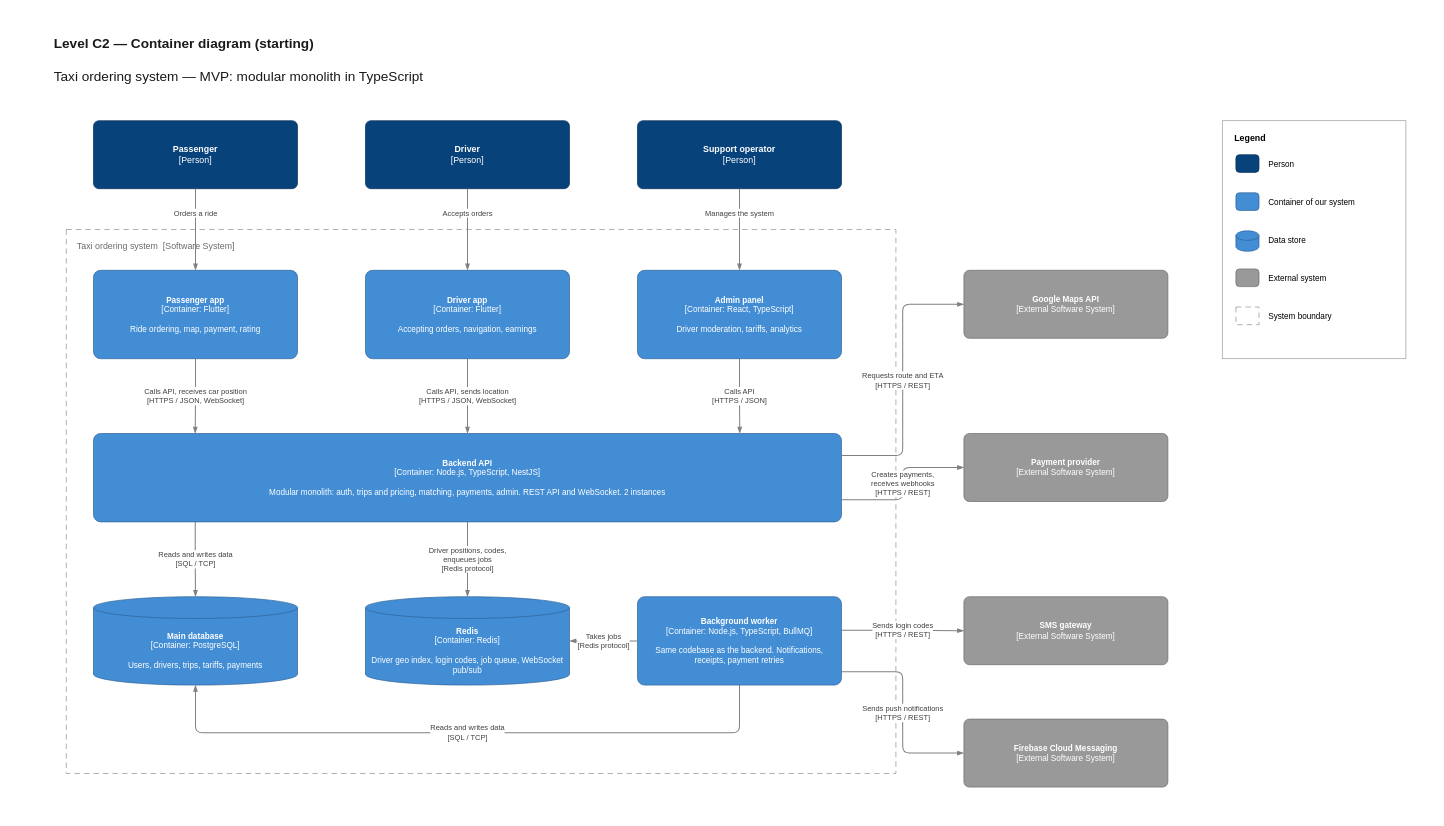
Before: page "C2 — Containers" (2 of 4) of docs/architecture/starting/diagrams/taxi-c4-model-starting.drawio in mineo71/taxi-app, a draw.io diagram. Source tidied: cells renumbered, new cells numbered last; positions are measured from the earlier drawing's top-left corner, leaving out a move shared by most shapes. Both pictures are drawn from the tidied source at 68%, with x=0, y=0 at pixel (12, 12).
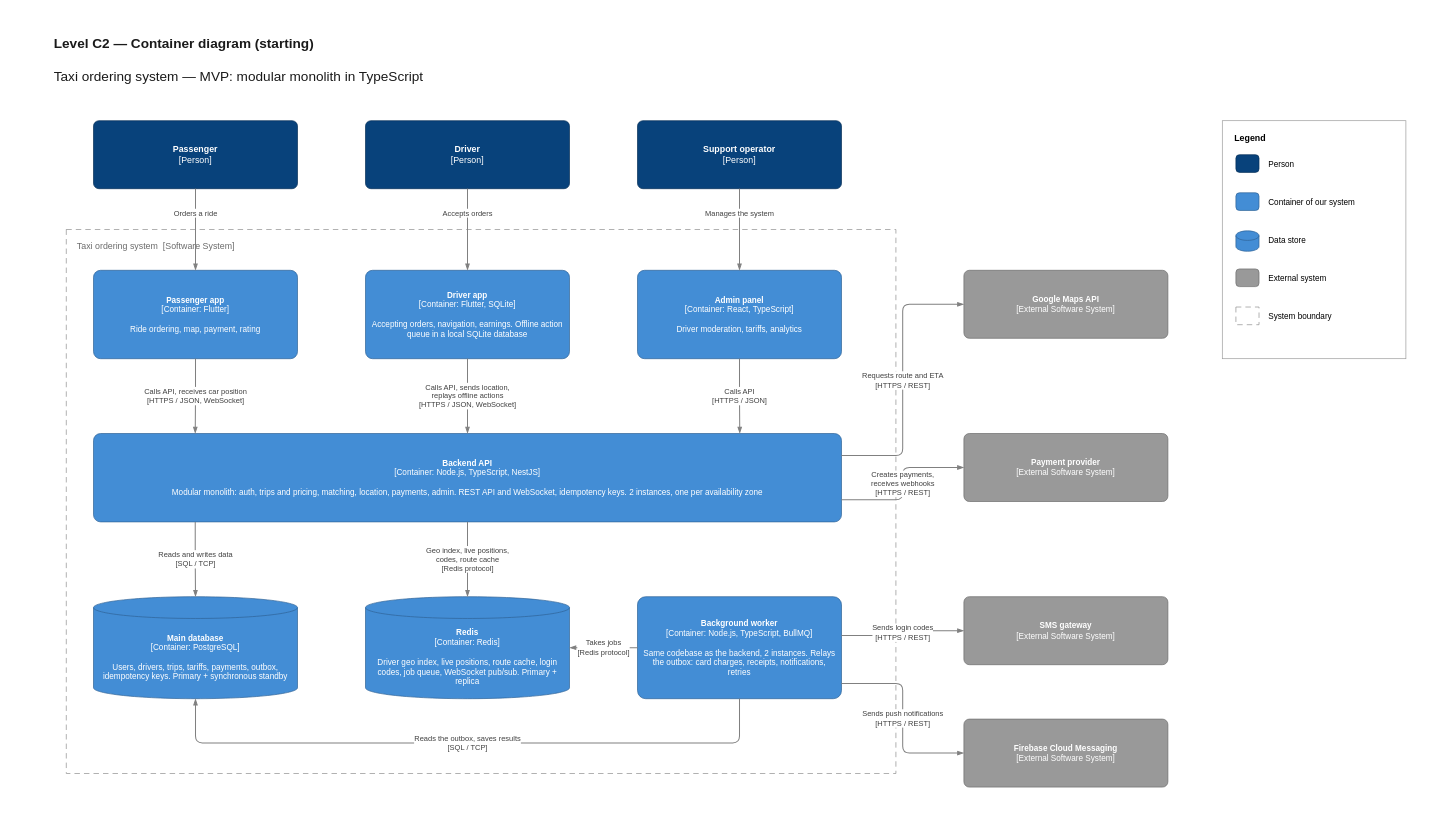
The same page after the edit.

The edit, as a diff of the source:
```diff
@@
-    <mxCell id="9" value="&lt;b&gt;Driver app&lt;/b&gt;&lt;br&gt;[Container: Flutter]&lt;br&gt;&lt;br&gt;Accepting orders, navigation, earnings" style="rounded=1;arcSize=8;whiteSpace=wrap;html=1;fillColor=#438DD5;strokeColor=#2E6295;fontColor=#FFFFFF;fontSize=12;spacing=8;" parent="1" vertex="1">
+    <mxCell id="9" value="&lt;b&gt;Driver app&lt;/b&gt;&lt;br&gt;[Container: Flutter, SQLite]&lt;br&gt;&lt;br&gt;Accepting orders, navigation, earnings. Offline action queue in a local SQLite database" style="rounded=1;arcSize=8;whiteSpace=wrap;html=1;fillColor=#438DD5;strokeColor=#2E6295;fontColor=#FFFFFF;fontSize=12;spacing=8;" parent="1" vertex="1">
       <mxGeometry x="520" y="380" width="300" height="130" as="geometry" />
     </mxCell>
@@
-    <mxCell id="11" value="&lt;b&gt;Backend API&lt;/b&gt;&lt;br&gt;[Container: Node.js, TypeScript, NestJS]&lt;br&gt;&lt;br&gt;Modular monolith: auth, trips and pricing, matching, payments, admin. REST API and WebSocket. 2 instances" style="rounded=1;arcSize=8;whiteSpace=wrap;html=1;fillColor=#438DD5;strokeColor=#2E6295;fontColor=#FFFFFF;fontSize=12;spacing=8;" parent="1" vertex="1">
+    <mxCell id="11" value="&lt;b&gt;Backend API&lt;/b&gt;&lt;br&gt;[Container: Node.js, TypeScript, NestJS]&lt;br&gt;&lt;br&gt;Modular monolith: auth, trips and pricing, matching, location, payments, admin. REST API and WebSocket, idempotency keys. 2 instances, one per availability zone" style="rounded=1;arcSize=8;whiteSpace=wrap;html=1;fillColor=#438DD5;strokeColor=#2E6295;fontColor=#FFFFFF;fontSize=12;spacing=8;" parent="1" vertex="1">
       <mxGeometry x="120" y="620" width="1100" height="130" as="geometry" />
     </mxCell>
-    <mxCell id="12" value="&lt;b&gt;Main database&lt;/b&gt;&lt;br&gt;[Container: PostgreSQL]&lt;br&gt;&lt;br&gt;Users, drivers, trips, tariffs, payments" style="shape=cylinder3;boundedLbl=1;backgroundOutline=1;whiteSpace=wrap;html=1;fillColor=#438DD5;strokeColor=#2E6295;fontColor=#FFFFFF;fontSize=12;size=16;spacing=6;" parent="1" vertex="1">
-      <mxGeometry x="120" y="860" width="300" height="130" as="geometry" />
+    <mxCell id="12" value="&lt;b&gt;Main database&lt;/b&gt;&lt;br&gt;[Container: PostgreSQL]&lt;br&gt;&lt;br&gt;Users, drivers, trips, tariffs, payments, outbox, idempotency keys. Primary + synchronous standby" style="shape=cylinder3;boundedLbl=1;backgroundOutline=1;whiteSpace=wrap;html=1;fillColor=#438DD5;strokeColor=#2E6295;fontColor=#FFFFFF;fontSize=12;size=16;spacing=6;" parent="1" vertex="1">
+      <mxGeometry x="120" y="860" width="300" height="150" as="geometry" />
     </mxCell>
-    <mxCell id="13" value="&lt;b&gt;Redis&lt;/b&gt;&lt;br&gt;[Container: Redis]&lt;br&gt;&lt;br&gt;Driver geo index, login codes, job queue, WebSocket pub/sub" style="shape=cylinder3;boundedLbl=1;backgroundOutline=1;whiteSpace=wrap;html=1;fillColor=#438DD5;strokeColor=#2E6295;fontColor=#FFFFFF;fontSize=12;size=16;spacing=6;" parent="1" vertex="1">
-      <mxGeometry x="520" y="860" width="300" height="130" as="geometry" />
+    <mxCell id="13" value="&lt;b&gt;Redis&lt;/b&gt;&lt;br&gt;[Container: Redis]&lt;br&gt;&lt;br&gt;Driver geo index, live positions, route cache, login codes, job queue, WebSocket pub/sub. Primary + replica" style="shape=cylinder3;boundedLbl=1;backgroundOutline=1;whiteSpace=wrap;html=1;fillColor=#438DD5;strokeColor=#2E6295;fontColor=#FFFFFF;fontSize=12;size=16;spacing=6;" parent="1" vertex="1">
+      <mxGeometry x="520" y="860" width="300" height="150" as="geometry" />
     </mxCell>
-    <mxCell id="14" value="&lt;b&gt;Background worker&lt;/b&gt;&lt;br&gt;[Container: Node.js, TypeScript, BullMQ]&lt;br&gt;&lt;br&gt;Same codebase as the backend. Notifications, receipts, payment retries" style="rounded=1;arcSize=8;whiteSpace=wrap;html=1;fillColor=#438DD5;strokeColor=#2E6295;fontColor=#FFFFFF;fontSize=12;spacing=8;" parent="1" vertex="1">
-      <mxGeometry x="920" y="860" width="300" height="130" as="geometry" />
+    <mxCell id="14" value="&lt;b&gt;Background worker&lt;/b&gt;&lt;br&gt;[Container: Node.js, TypeScript, BullMQ]&lt;br&gt;&lt;br&gt;Same codebase as the backend, 2 instances. Relays the outbox: card charges, receipts, notifications, retries" style="rounded=1;arcSize=8;whiteSpace=wrap;html=1;fillColor=#438DD5;strokeColor=#2E6295;fontColor=#FFFFFF;fontSize=12;spacing=8;" parent="1" vertex="1">
+      <mxGeometry x="920" y="860" width="300" height="150" as="geometry" />
     </mxCell>
@@
-    <mxCell id="23" value="Calls API, sends location&lt;br&gt;[HTTPS / JSON, WebSocket]" style="edgeStyle=orthogonalEdgeStyle;rounded=1;endArrow=blockThin;html=1;strokeColor=#808080;strokeWidth=1.5;fontSize=11;fontColor=#404040;labelBackgroundColor=#FFFFFF;exitX=0.5;exitY=1;exitDx=0;exitDy=0;entryX=0.5;entryY=0;entryDx=0;entryDy=0;" parent="1" edge="1" source="9" target="11">
+    <mxCell id="23" value="Calls API, sends location,&lt;br&gt;replays offline actions&lt;br&gt;[HTTPS / JSON, WebSocket]" style="edgeStyle=orthogonalEdgeStyle;rounded=1;endArrow=blockThin;html=1;strokeColor=#808080;strokeWidth=1.5;fontSize=11;fontColor=#404040;labelBackgroundColor=#FFFFFF;exitX=0.5;exitY=1;exitDx=0;exitDy=0;entryX=0.5;entryY=0;entryDx=0;entryDy=0;" parent="1" edge="1" source="9" target="11">
       <mxGeometry relative="1" as="geometry" />
     </mxCell>
@@
-    <mxCell id="26" value="Driver positions, codes,&lt;br&gt;enqueues jobs&lt;br&gt;[Redis protocol]" style="edgeStyle=orthogonalEdgeStyle;rounded=1;endArrow=blockThin;html=1;strokeColor=#808080;strokeWidth=1.5;fontSize=11;fontColor=#404040;labelBackgroundColor=#FFFFFF;exitX=0.5;exitY=1;exitDx=0;exitDy=0;entryX=0.5;entryY=0;entryDx=0;entryDy=0;" parent="1" edge="1" source="11" target="13">
+    <mxCell id="26" value="Geo index, live positions,&lt;br&gt;codes, route cache&lt;br&gt;[Redis protocol]" style="edgeStyle=orthogonalEdgeStyle;rounded=1;endArrow=blockThin;html=1;strokeColor=#808080;strokeWidth=1.5;fontSize=11;fontColor=#404040;labelBackgroundColor=#FFFFFF;exitX=0.5;exitY=1;exitDx=0;exitDy=0;entryX=0.5;entryY=0;entryDx=0;entryDy=0;" parent="1" edge="1" source="11" target="13">
       <mxGeometry relative="1" as="geometry" />
     </mxCell>
@@
-    <mxCell id="28" value="Reads and writes data&lt;br&gt;[SQL / TCP]" style="edgeStyle=orthogonalEdgeStyle;rounded=1;endArrow=blockThin;html=1;strokeColor=#808080;strokeWidth=1.5;fontSize=11;fontColor=#404040;labelBackgroundColor=#FFFFFF;exitX=0.5;exitY=1;exitDx=0;exitDy=0;entryX=0.5;entryY=1;entryDx=0;entryDy=0;" parent="1" edge="1" source="14" target="12">
+    <mxCell id="28" value="Reads the outbox, saves results&lt;br&gt;[SQL / TCP]" style="edgeStyle=orthogonalEdgeStyle;rounded=1;endArrow=blockThin;html=1;strokeColor=#808080;strokeWidth=1.5;fontSize=11;fontColor=#404040;labelBackgroundColor=#FFFFFF;exitX=0.5;exitY=1;exitDx=0;exitDy=0;entryX=0.5;entryY=1;entryDx=0;entryDy=0;" parent="1" edge="1" source="14" target="12">
       <mxGeometry relative="1" as="geometry">
         <Array as="points">
-          <mxPoint x="1070" y="1060" />
-          <mxPoint x="270" y="1060" />
+          <mxPoint x="1070" y="1075" />
+          <mxPoint x="270" y="1075" />
         </Array>
       </mxGeometry>
     </mxCell>
```
